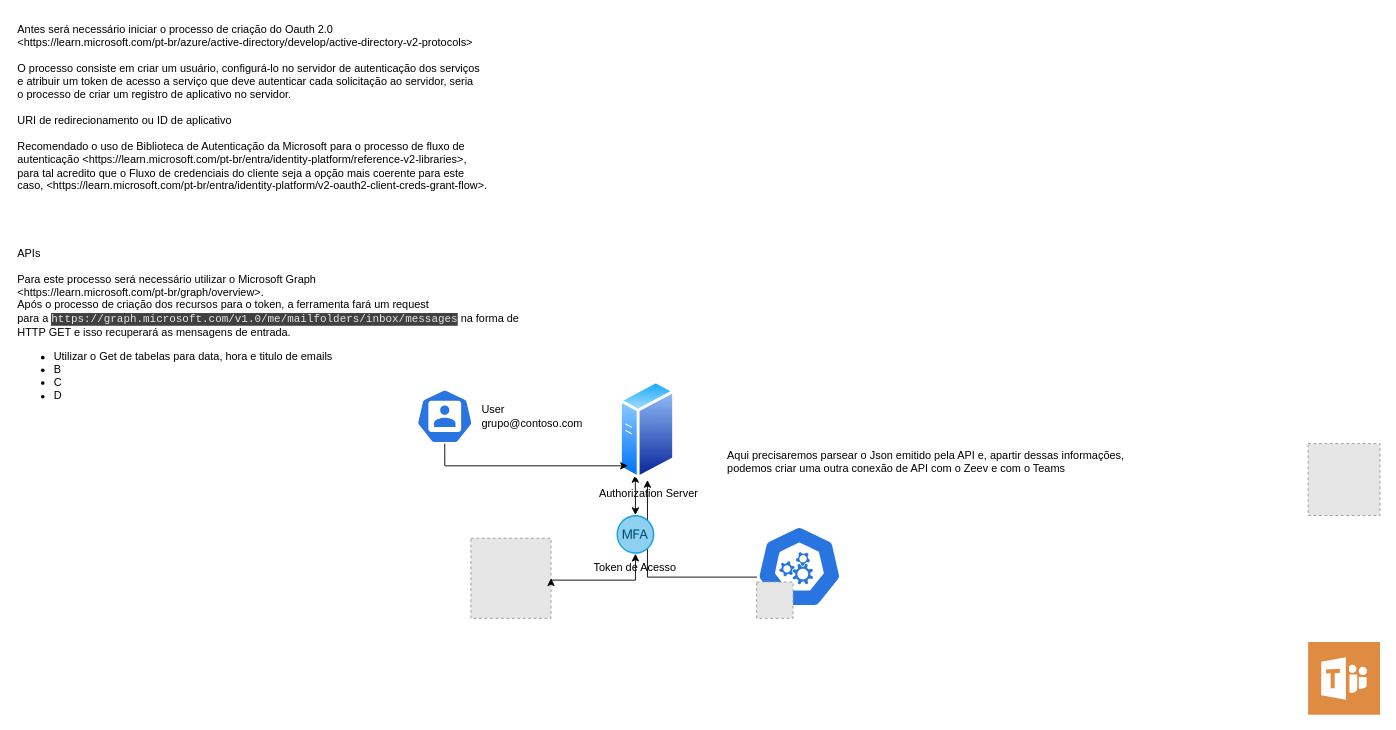
Above: Diagrama sem nome.drawio in efraim-lima/GitBook (draw.io), before the change. Source tidied: cells renumbered, new cells numbered last; positions are measured from the earlier drawing's top-left corner, leaving out a move shared by most shapes. Both pictures are drawn from the tidied source at 91%, with x=0, y=0 at pixel (15, 15). Pictures stored in the file or linked from it are replaced by grey dashed boxes.
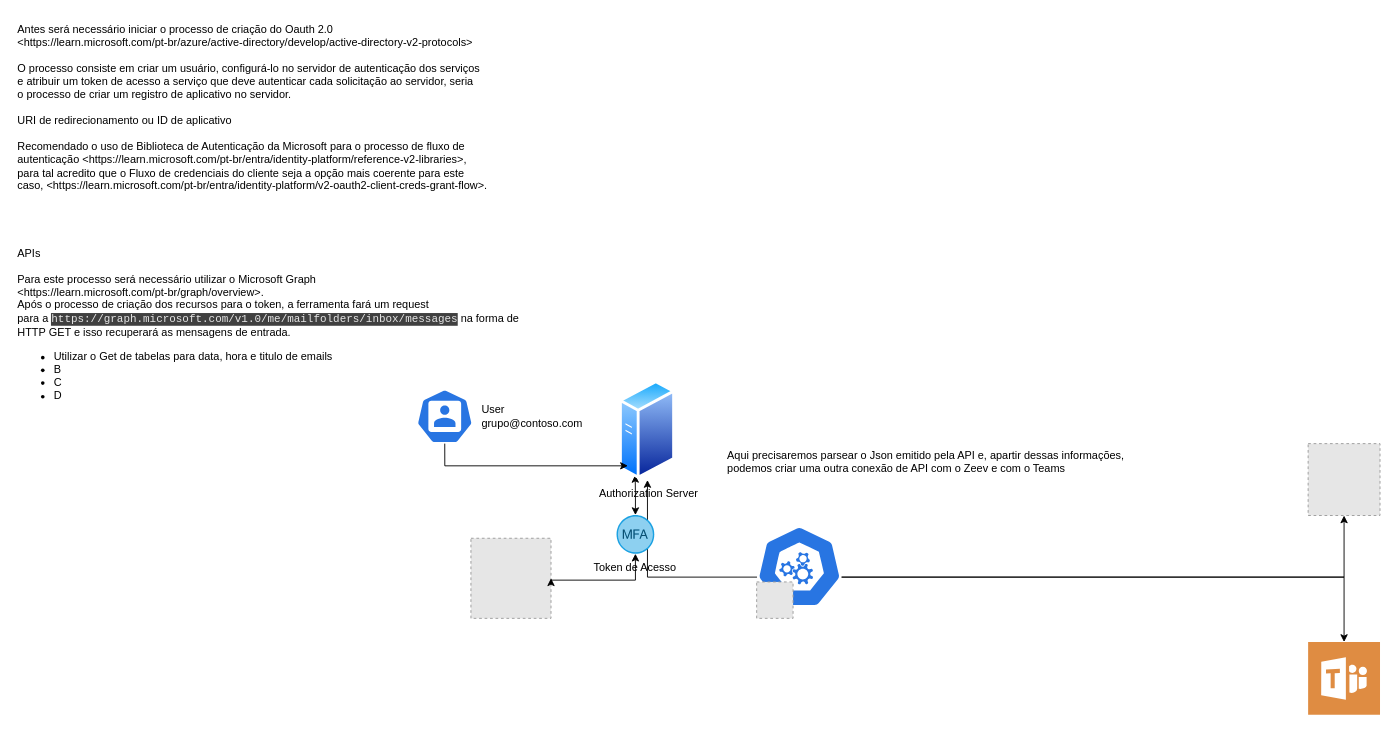
The same page after the edit.

Commit message:
feat: Criando mais conexões para melhorias

The change refers to these unchanged cells:
```xml
<mxCell id="5" style="fillColor=#E6E6E6;strokeColor=#999999;dashed=1;verticalLabelPosition=bottom;labelBackgroundColor=default;verticalAlign=top;" parent="1" vertex="1">
  <mxGeometry x="1420" y="470" width="79" height="79" as="geometry" />
</mxCell>
<mxCell id="6" style="sketch=0;shadow=0;dashed=0;html=1;strokeColor=none;fillColor=#DF8C42;labelPosition=center;verticalLabelPosition=bottom;verticalAlign=top;align=center;outlineConnect=0;shape=mxgraph.veeam2.microsoft_teams;" parent="1" vertex="1">
  <mxGeometry x="1420" y="688" width="79" height="80" as="geometry" />
</mxCell>
<mxCell id="17" style="sketch=0;html=1;dashed=0;whitespace=wrap;verticalLabelPosition=bottom;verticalAlign=top;fillColor=#2875E2;strokeColor=#ffffff;points=[[0.005,0.63,0],[0.1,0.2,0],[0.9,0.2,0],[0.5,0,0],[0.995,0.63,0],[0.72,0.99,0],[0.5,1,0],[0.28,0.99,0]];shape=mxgraph.kubernetes.icon2;prIcon=api;" parent="16" vertex="1">
  <mxGeometry width="93.8" height="90" as="geometry" />
</mxCell>
```

What changed in the source:
```diff
@@
+    <mxCell id="24" style="edgeStyle=orthogonalEdgeStyle;rounded=0;jettySize=auto;html=1;exitX=0.995;exitY=0.63;exitDx=0;exitDy=0;exitPerimeter=0;entryX=0.5;entryY=1;entryDx=0;entryDy=0;" parent="1" edge="1" source="17" target="5">
+      <mxGeometry relative="1" as="geometry" />
+    </mxCell>
+    <mxCell id="25" style="edgeStyle=orthogonalEdgeStyle;rounded=0;jettySize=auto;html=1;exitX=0.995;exitY=0.63;exitDx=0;exitDy=0;exitPerimeter=0;" parent="1" edge="1" source="17" target="6">
+      <mxGeometry relative="1" as="geometry" />
+    </mxCell>
```
